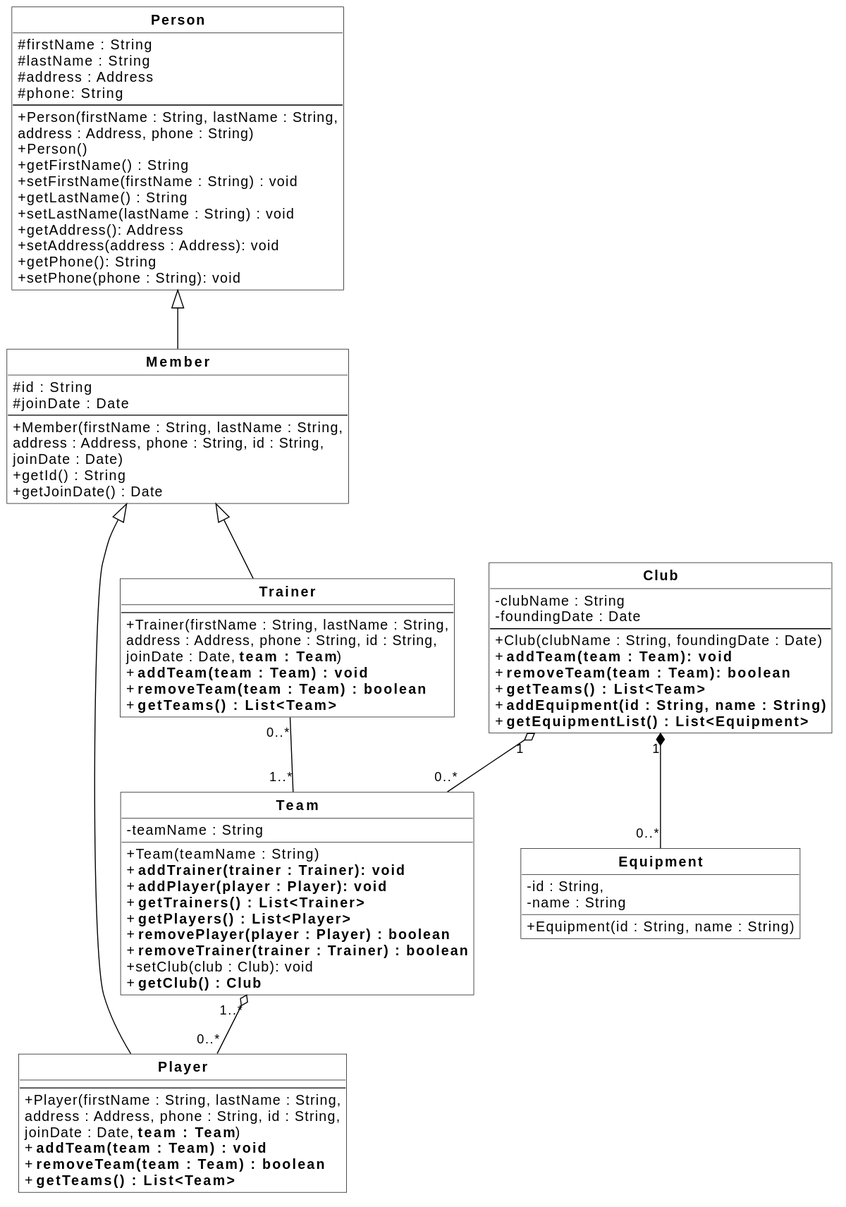
This is vprog/labs/club_p4.svg from mhimstedt/mhimstedt.github.io, a PlantUML export, as it was before one commit.
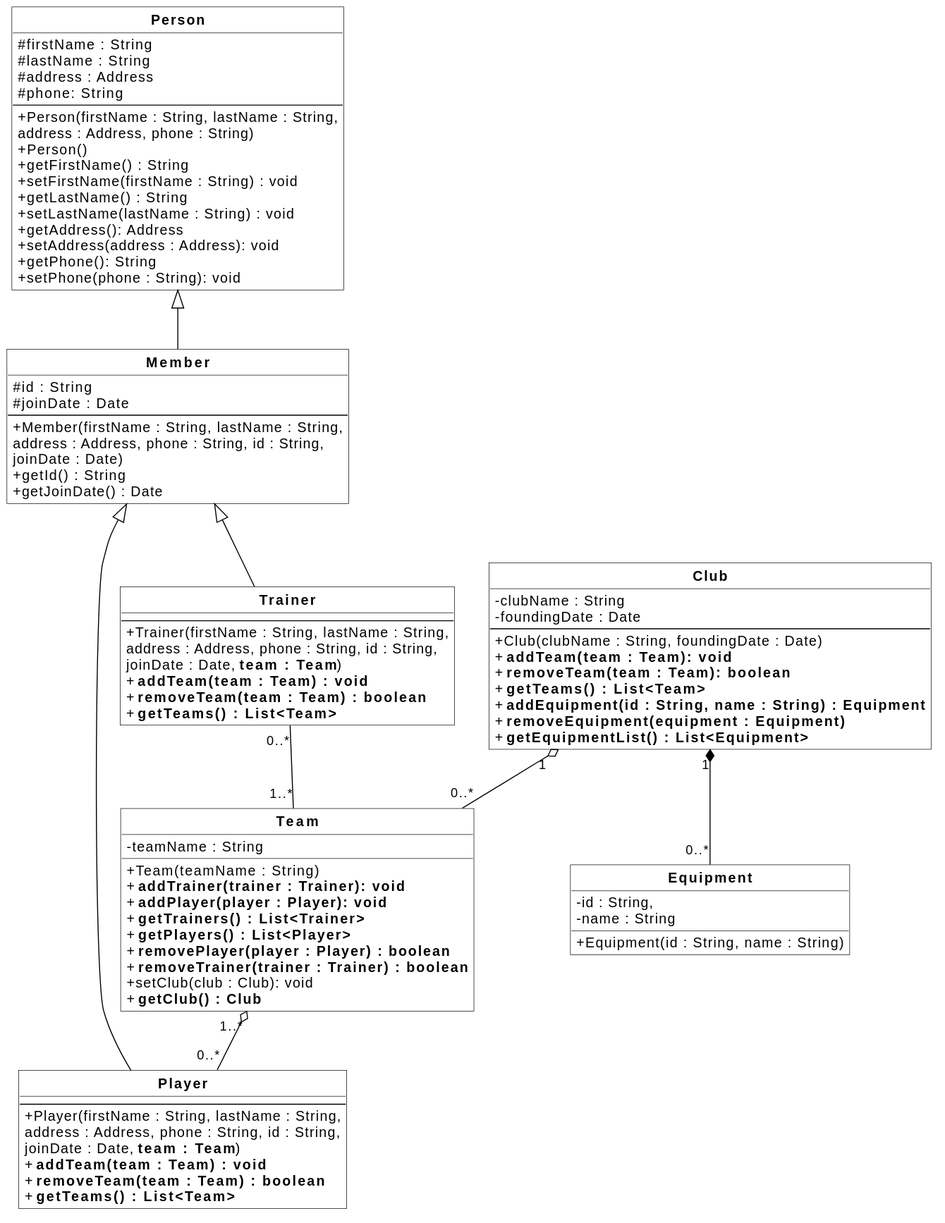
The same file after the commit.

What changed in the source:
```diff
@@ -93,7 +93,8 @@
     + **addTeam(team : Team): void**
     + **removeTeam(team : Team): boolean**
     + **getTeams() : List<Team>**
-    + **addEquipment(id : String, name : String)**
+    + **addEquipment(id : String, name : String) : Equipment**
+    + **removeEquipment(equipment : Equipment)**
     + **getEquipmentList() : List<Equipment>**
 }
 
```
